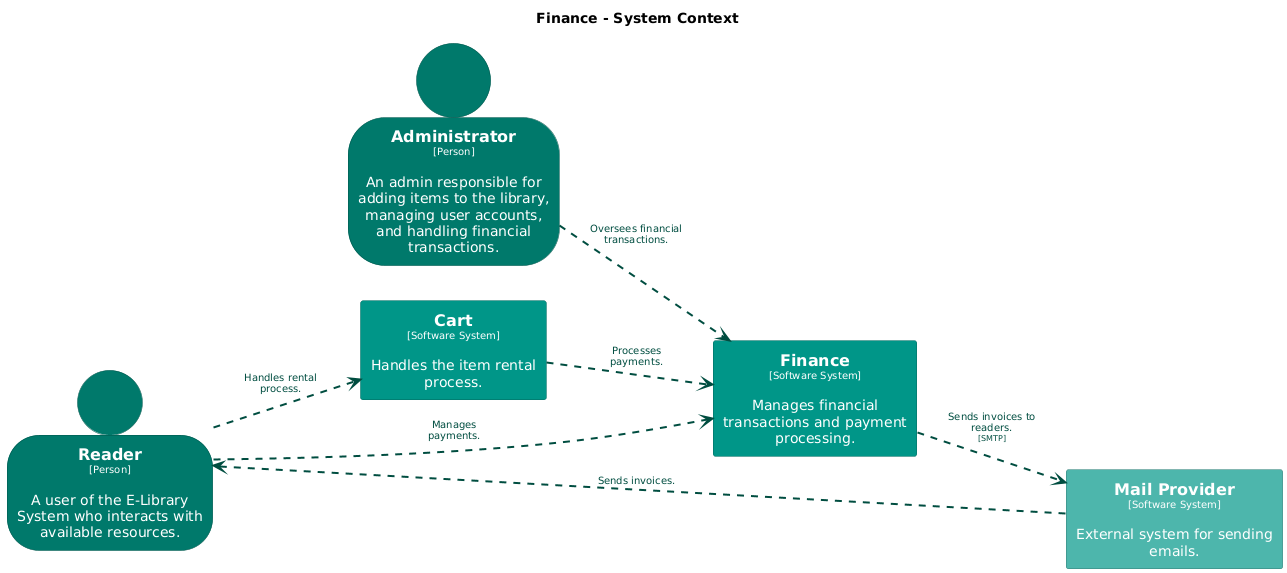
Goodmorning918/E-Library-Architecture keeps this PlantUML diagram as main/png/SystemContext-006.png. Above is the earlier version.
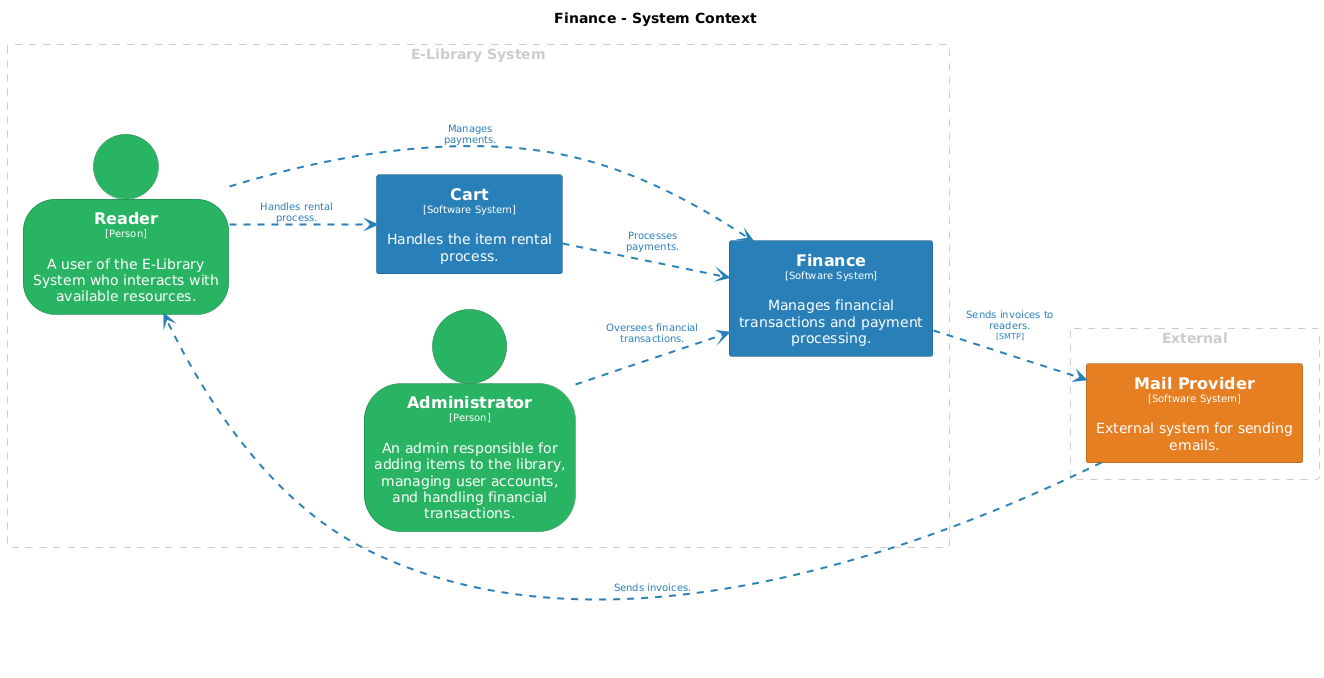
Above is the later version.

What changed in the source:
```diff
@@ -14,46 +14,60 @@
 hide stereotype
 
 skinparam person<<Administrator>> {
-  BackgroundColor #00796b
+  BackgroundColor #28b463
   FontColor #ffffff
-  BorderColor #00544a
+  BorderColor #1c7d45
   shadowing false
 }
 skinparam rectangle<<Cart>> {
-  BackgroundColor #009688
+  BackgroundColor #2980b9
   FontColor #ffffff
-  BorderColor #00695f
+  BorderColor #1c5981
   shadowing false
 }
 skinparam rectangle<<Finance>> {
-  BackgroundColor #009688
+  BackgroundColor #2980b9
   FontColor #ffffff
-  BorderColor #00695f
+  BorderColor #1c5981
   shadowing false
 }
 skinparam rectangle<<MailProvider>> {
-  BackgroundColor #4db6ac
+  BackgroundColor #e67e22
   FontColor #ffffff
-  BorderColor #357f78
+  BorderColor #a15817
   shadowing false
 }
 skinparam person<<Reader>> {
-  BackgroundColor #00796b
+  BackgroundColor #28b463
   FontColor #ffffff
-  BorderColor #00544a
+  BorderColor #1c7d45
   shadowing false
 }
 
-person "==Reader\n<size:10>[Person]</size>\n\nA user of the E-Library System who interacts with available resources." <<Reader>> as Reader
-rectangle "==Cart\n<size:10>[Software System]</size>\n\nHandles the item rental process." <<Cart>> as Cart
-person "==Administrator\n<size:10>[Person]</size>\n\nAn admin responsible for adding items to the library, managing user accounts, and handling financial transactions." <<Administrator>> as Administrator
-rectangle "==Finance\n<size:10>[Software System]</size>\n\nManages financial transactions and payment processing." <<Finance>> as Finance
-rectangle "==Mail Provider\n<size:10>[Software System]</size>\n\nExternal system for sending emails." <<MailProvider>> as MailProvider
+rectangle "E-Library System" <<group1>> as group1 {
+  skinparam RectangleBorderColor<<group1>> #cccccc
+  skinparam RectangleFontColor<<group1>> #cccccc
+  skinparam RectangleBorderStyle<<group1>> dashed
 
-Reader .[#004d40,thickness=2].> Cart : "<color:#004d40>Handles rental process."
-Reader .[#004d40,thickness=2].> Finance : "<color:#004d40>Manages payments."
-Cart .[#004d40,thickness=2].> Finance : "<color:#004d40>Processes payments."
-Administrator .[#004d40,thickness=2].> Finance : "<color:#004d40>Oversees financial transactions."
-MailProvider .[#004d40,thickness=2].> Reader : "<color:#004d40>Sends invoices."
-Finance .[#004d40,thickness=2].> MailProvider : "<color:#004d40>Sends invoices to readers.\n<color:#004d40><size:8>[SMTP]</size>"
+  person "==Reader\n<size:10>[Person]</size>\n\nA user of the E-Library System who interacts with available resources." <<Reader>> as Reader
+  rectangle "==Cart\n<size:10>[Software System]</size>\n\nHandles the item rental process." <<Cart>> as Cart
+  person "==Administrator\n<size:10>[Person]</size>\n\nAn admin responsible for adding items to the library, managing user accounts, and handling financial transactions." <<Administrator>> as Administrator
+  rectangle "==Finance\n<size:10>[Software System]</size>\n\nManages financial transactions and payment processing." <<Finance>> as Finance
+}
+
+rectangle "External" <<group2>> as group2 {
+  skinparam RectangleBorderColor<<group2>> #cccccc
+  skinparam RectangleFontColor<<group2>> #cccccc
+  skinparam RectangleBorderStyle<<group2>> dashed
+
+  rectangle "==Mail Provider\n<size:10>[Software System]</size>\n\nExternal system for sending emails." <<MailProvider>> as MailProvider
+}
+
+
+Reader .[#2980b9,thickness=2].> Cart : "<color:#2980b9>Handles rental process."
+Reader .[#2980b9,thickness=2].> Finance : "<color:#2980b9>Manages payments."
+Cart .[#2980b9,thickness=2].> Finance : "<color:#2980b9>Processes payments."
+Administrator .[#2980b9,thickness=2].> Finance : "<color:#2980b9>Oversees financial transactions."
+MailProvider .[#2980b9,thickness=2].> Reader : "<color:#2980b9>Sends invoices."
+Finance .[#2980b9,thickness=2].> MailProvider : "<color:#2980b9>Sends invoices to readers.\n<color:#2980b9><size:8>[SMTP]</size>"
 @enduml
```
